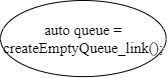
This is CFG.png from PommesPeter/draw.io_diagram, a draw.io export, as it was before one commit. Source tidied: cells renumbered, new cells last; positions are measured from the earlier drawing's top-left corner, leaving out a move shared by most shapes.
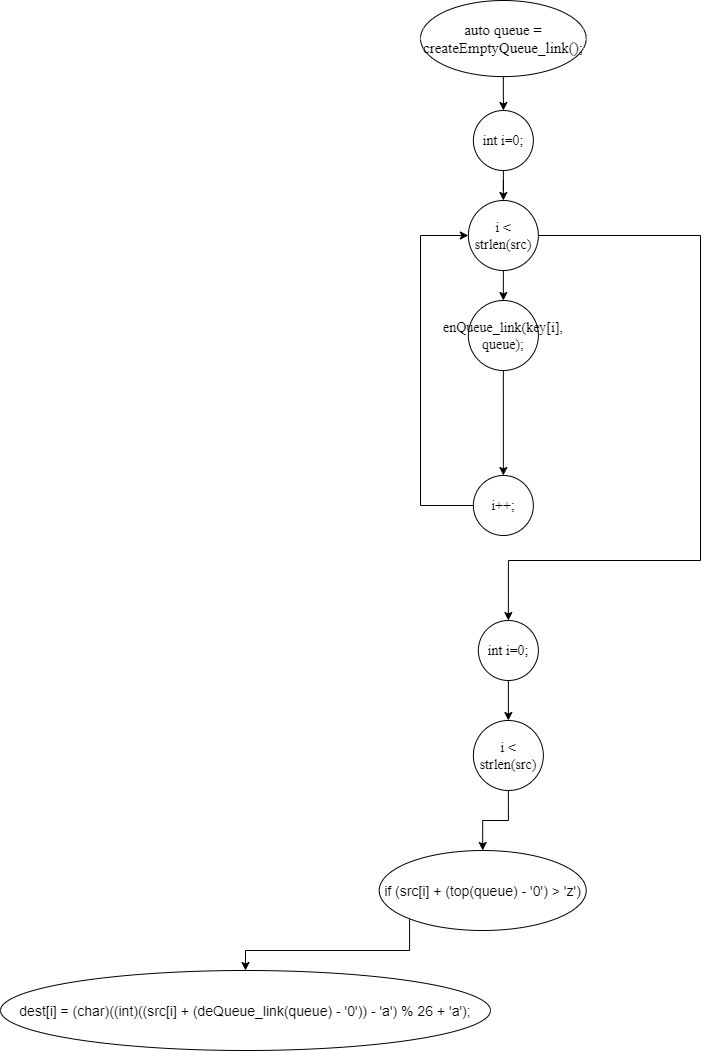
Above is the later version.

What changed in the source:
```diff
@@ -2,8 +2,70 @@
   <root>
     <mxCell id="0" />
     <mxCell id="1" parent="0" />
+    <mxCell id="3" style="edgeStyle=orthogonalEdgeStyle;rounded=0;jettySize=auto;html=1;entryX=0.5;entryY=0;entryDx=0;entryDy=0;" parent="1" edge="1" source="2" target="5">
+      <mxGeometry relative="1" as="geometry" />
+    </mxCell>
     <mxCell id="2" value="&lt;font face=&quot;Times New Roman&quot; style=&quot;font-size: 15px&quot;&gt;auto queue = createEmptyQueue_link();&lt;/font&gt;" style="ellipse;whiteSpace=wrap;html=1;" parent="1" vertex="1">
       <mxGeometry width="165.7" height="76.1" as="geometry" />
     </mxCell>
+    <mxCell id="4" style="edgeStyle=orthogonalEdgeStyle;rounded=0;jettySize=auto;html=1;entryX=0.5;entryY=0;entryDx=0;entryDy=0;" parent="1" edge="1" source="5" target="8">
+      <mxGeometry relative="1" as="geometry" />
+    </mxCell>
+    <mxCell id="5" value="&lt;font face=&quot;Times New Roman&quot;&gt;int i=0;&lt;/font&gt;" style="ellipse;whiteSpace=wrap;html=1;" parent="1" vertex="1">
+      <mxGeometry x="52.9" y="110" width="60" height="60" as="geometry" />
+    </mxCell>
+    <mxCell id="6" style="edgeStyle=orthogonalEdgeStyle;rounded=0;jettySize=auto;html=1;exitX=0.5;exitY=1;exitDx=0;exitDy=0;entryX=0.5;entryY=0;entryDx=0;entryDy=0;" parent="1" edge="1" source="8" target="16">
+      <mxGeometry relative="1" as="geometry" />
+    </mxCell>
+    <mxCell id="7" style="edgeStyle=orthogonalEdgeStyle;rounded=0;jettySize=auto;html=1;exitX=1;exitY=0.5;exitDx=0;exitDy=0;entryX=0.5;entryY=0;entryDx=0;entryDy=0;" parent="1" edge="1" source="8" target="12">
+      <mxGeometry relative="1" as="geometry">
+        <Array as="points">
+          <mxPoint x="280" y="235" />
+          <mxPoint x="280" y="560" />
+          <mxPoint x="88" y="560" />
+        </Array>
+      </mxGeometry>
+    </mxCell>
+    <mxCell id="8" value="&lt;font face=&quot;Times New Roman&quot;&gt;i &amp;lt; strlen(src)&lt;/font&gt;" style="ellipse;whiteSpace=wrap;html=1;" parent="1" vertex="1">
+      <mxGeometry x="47.9" y="200" width="70" height="70" as="geometry" />
+    </mxCell>
+    <mxCell id="9" style="edgeStyle=orthogonalEdgeStyle;rounded=0;jettySize=auto;html=1;exitX=0;exitY=0.5;exitDx=0;exitDy=0;entryX=0;entryY=0.5;entryDx=0;entryDy=0;" parent="1" edge="1" source="10" target="8">
+      <mxGeometry relative="1" as="geometry">
+        <Array as="points">
+          <mxPoint y="505" />
+          <mxPoint y="235" />
+        </Array>
+      </mxGeometry>
+    </mxCell>
+    <mxCell id="10" value="&lt;font face=&quot;Times New Roman&quot;&gt;i++;&lt;/font&gt;" style="ellipse;whiteSpace=wrap;html=1;" parent="1" vertex="1">
+      <mxGeometry x="52.9" y="475" width="60" height="60" as="geometry" />
+    </mxCell>
+    <mxCell id="11" style="edgeStyle=orthogonalEdgeStyle;rounded=0;jettySize=auto;html=1;entryX=0.5;entryY=0;entryDx=0;entryDy=0;" parent="1" edge="1" source="12" target="14">
+      <mxGeometry relative="1" as="geometry" />
+    </mxCell>
+    <mxCell id="12" value="&lt;font face=&quot;Times New Roman&quot;&gt;int i=0;&lt;/font&gt;" style="ellipse;whiteSpace=wrap;html=1;" parent="1" vertex="1">
+      <mxGeometry x="57.9" y="620" width="60" height="60" as="geometry" />
+    </mxCell>
+    <mxCell id="13" style="edgeStyle=orthogonalEdgeStyle;rounded=0;jettySize=auto;html=1;entryX=0.5;entryY=0;entryDx=0;entryDy=0;" parent="1" edge="1" source="14" target="18">
+      <mxGeometry relative="1" as="geometry" />
+    </mxCell>
+    <mxCell id="14" value="&lt;font face=&quot;Times New Roman&quot;&gt;i &amp;lt; strlen(src)&lt;/font&gt;" style="ellipse;whiteSpace=wrap;html=1;" parent="1" vertex="1">
+      <mxGeometry x="52.9" y="720" width="70" height="70" as="geometry" />
+    </mxCell>
+    <mxCell id="15" style="edgeStyle=orthogonalEdgeStyle;rounded=0;jettySize=auto;html=1;entryX=0.5;entryY=0;entryDx=0;entryDy=0;" parent="1" edge="1" source="16" target="10">
+      <mxGeometry relative="1" as="geometry" />
+    </mxCell>
+    <mxCell id="16" value="&lt;font style=&quot;font-size: 10px&quot; face=&quot;Times New Roman&quot;&gt;enQueue_link(key[i], queue);&lt;/font&gt;" style="ellipse;whiteSpace=wrap;html=1;" parent="1" vertex="1">
+      <mxGeometry x="47.9" y="300" width="70" height="70" as="geometry" />
+    </mxCell>
+    <mxCell id="17" style="edgeStyle=orthogonalEdgeStyle;rounded=0;jettySize=auto;html=1;exitX=0;exitY=1;exitDx=0;exitDy=0;entryX=0.5;entryY=0;entryDx=0;entryDy=0;" parent="1" edge="1" source="18" target="19">
+      <mxGeometry relative="1" as="geometry" />
+    </mxCell>
+    <mxCell id="18" value="if (src[i] + (top(queue) - '0') &amp;gt; 'z')" style="ellipse;whiteSpace=wrap;html=1;" parent="1" vertex="1">
+      <mxGeometry x="-41.3" y="850" width="207" height="80" as="geometry" />
+    </mxCell>
+    <mxCell id="19" value="dest[i] = (char)((int)((src[i] + (deQueue_link(queue) - '0')) - 'a') % 26 + 'a');" style="ellipse;whiteSpace=wrap;html=1;" parent="1" vertex="1">
+      <mxGeometry x="-420" y="970" width="490" height="80" as="geometry" />
+    </mxCell>
   </root>
 </mxGraphModel>
```
